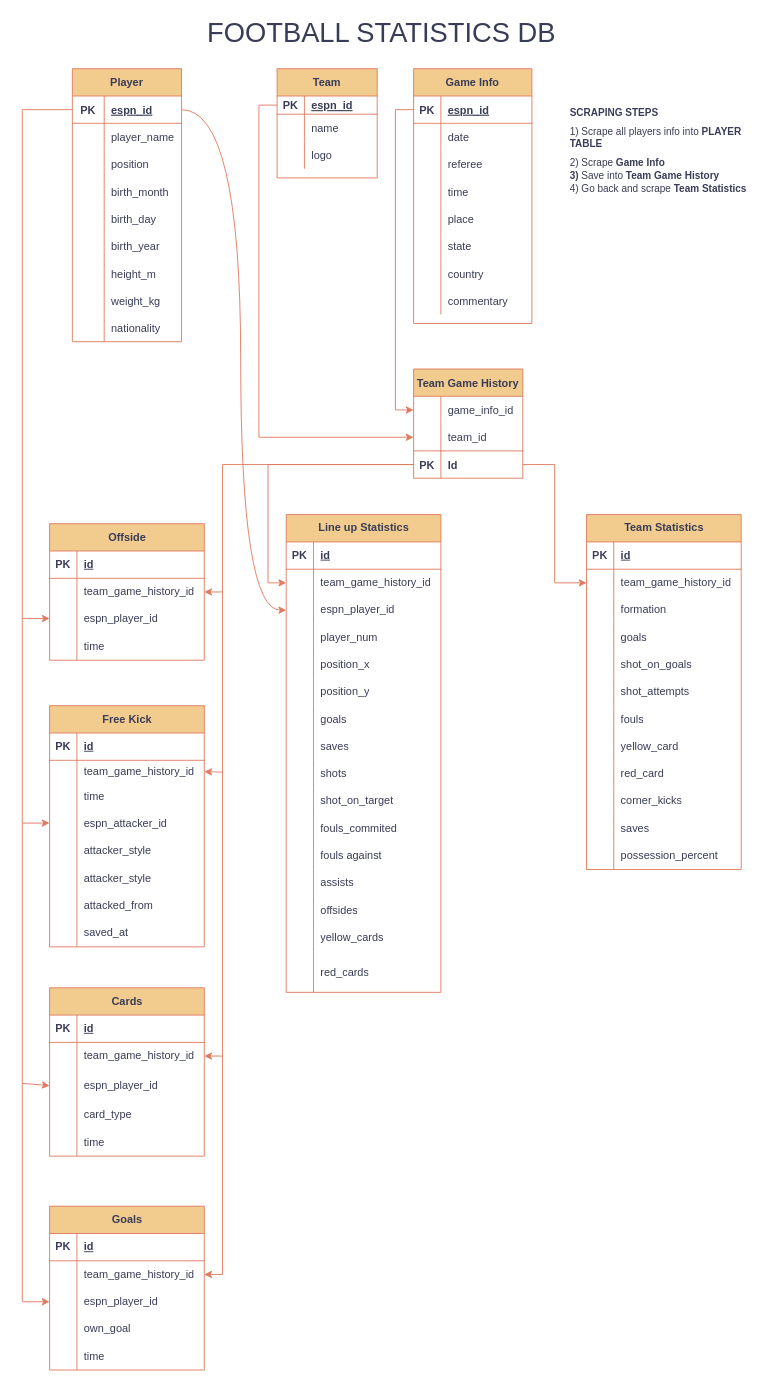
Earlier version of the draw.io diagram db/drawio schema.drawio (DDstar1/espn). Source tidied: cells renumbered, new cells numbered last; positions are measured from the earlier drawing's top-left corner, leaving out a move shared by most shapes. Both pictures are drawn from the tidied source at 91%, with x=0, y=0 at pixel (22, 18).
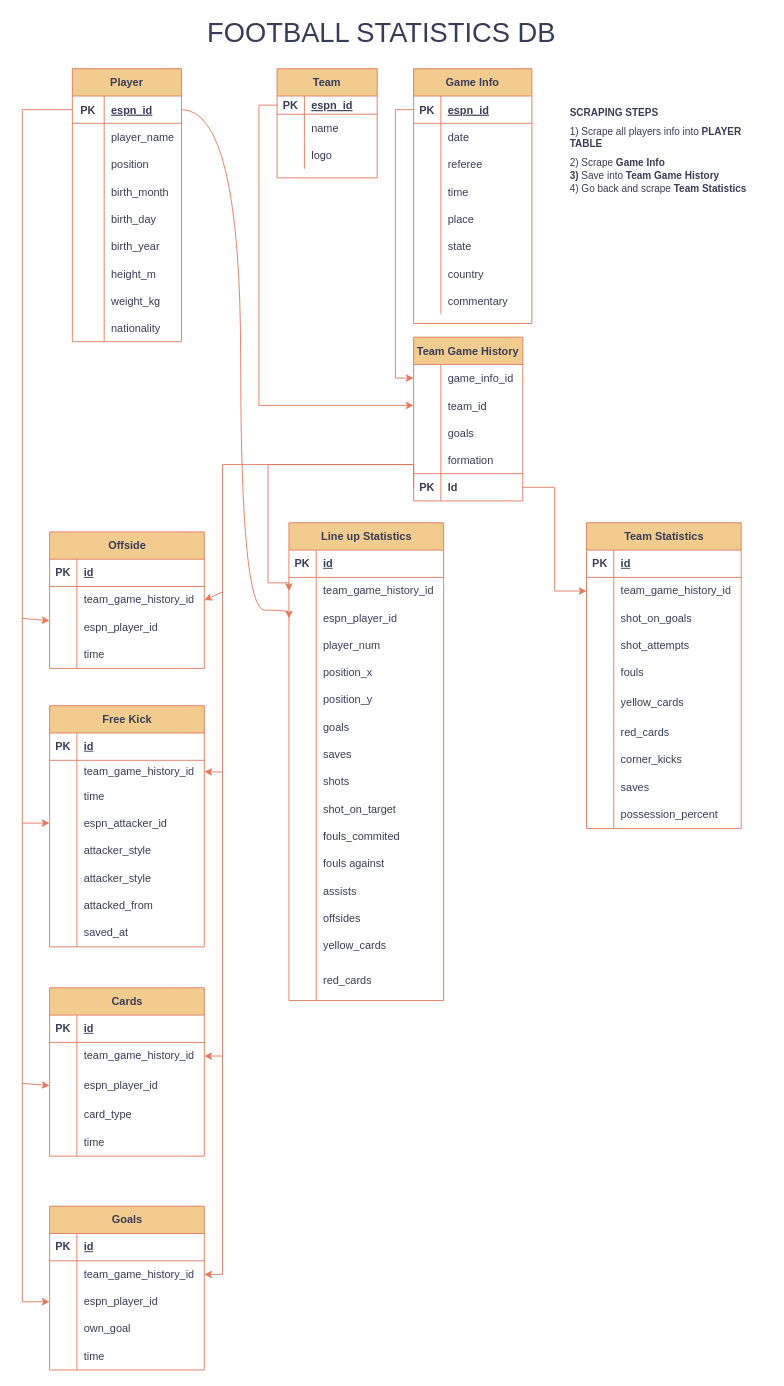
The same page after the edit.

What changed in the source:
```diff
@@
     <mxCell id="2" value="Team Game History" style="shape=table;startSize=30;childLayout=tableLayout;rowLines=0;fontStyle=1;align=center;labelBackgroundColor=none;fillColor=#F2CC8F;strokeColor=#E07A5F;fontColor=#393C56;" parent="1" vertex="1">
-      <mxGeometry x="430" y="385" width="120" height="120" as="geometry" />
+      <mxGeometry x="430" y="350" width="120" height="180" as="geometry" />
     </mxCell>
@@
+    <mxCell id="247" style="shape=partialRectangle;fillColor=none;top=0;left=0;right=0;bottom=0;labelBackgroundColor=none;strokeColor=#E07A5F;fontColor=#393C56;" parent="2" vertex="1">
+      <mxGeometry y="90" width="120" height="30" as="geometry" />
+    </mxCell>
+    <mxCell id="248" style="shape=partialRectangle;overflow=hidden;fillColor=none;top=0;left=0;bottom=0;right=0;labelBackgroundColor=none;strokeColor=#E07A5F;fontColor=#393C56;" parent="247" vertex="1">
+      <mxGeometry width="30" height="30" as="geometry" />
+    </mxCell>
+    <mxCell id="59" value="goals" style="shape=partialRectangle;overflow=hidden;fillColor=none;top=0;left=0;bottom=0;right=0;align=left;spacingLeft=6;labelBackgroundColor=none;strokeColor=#E07A5F;fontColor=#393C56;" parent="247" vertex="1">
+      <mxGeometry x="30" width="90" height="30" as="geometry" />
+    </mxCell>
+    <mxCell id="249" style="shape=partialRectangle;fillColor=none;top=0;left=0;right=0;bottom=0;labelBackgroundColor=none;strokeColor=#E07A5F;fontColor=#393C56;" parent="2" vertex="1">
+      <mxGeometry y="120" width="120" height="30" as="geometry" />
+    </mxCell>
+    <mxCell id="250" style="shape=partialRectangle;overflow=hidden;fillColor=none;top=0;left=0;bottom=0;right=0;labelBackgroundColor=none;strokeColor=#E07A5F;fontColor=#393C56;" parent="249" vertex="1">
+      <mxGeometry width="30" height="30" as="geometry" />
+    </mxCell>
+    <mxCell id="56" value="formation" style="shape=partialRectangle;overflow=hidden;fillColor=none;top=0;left=0;bottom=0;right=0;align=left;spacingLeft=6;labelBackgroundColor=none;strokeColor=#E07A5F;fontColor=#393C56;" parent="249" vertex="1">
+      <mxGeometry x="30" width="90" height="30" as="geometry" />
+    </mxCell>
     <mxCell id="9" style="shape=partialRectangle;fillColor=none;points=[[0,0.5],[1,0.5]];portConstraint=eastwest;top=0;left=0;right=0;bottom=0;labelBackgroundColor=none;strokeColor=#E07A5F;fontColor=#393C56;" parent="2" vertex="1">
-      <mxGeometry y="90" width="120" height="30" as="geometry" />
+      <mxGeometry y="150" width="120" height="30" as="geometry" />
     </mxCell>
@@
     <mxCell id="47" value="Team Statistics" style="shape=table;startSize=30;childLayout=tableLayout;rowLines=0;fontStyle=1;align=center;html=1;labelBackgroundColor=none;fillColor=#F2CC8F;strokeColor=#E07A5F;fontColor=#393C56;" parent="1" vertex="1">
-      <mxGeometry x="620" y="545" width="170" height="390" as="geometry" />
+      <mxGeometry x="620" y="554" width="170" height="336" as="geometry" />
     </mxCell>
@@
-    <mxCell id="54" style="shape=tableRow;horizontal=0;startSize=0;swimlaneHead=0;swimlaneBody=0;fillColor=none;top=0;left=0;right=0;bottom=0;labelBackgroundColor=none;strokeColor=#E07A5F;fontColor=#393C56;" parent="47" vertex="1">
-      <mxGeometry y="90" width="170" height="30" as="geometry" />
-    </mxCell>
-    <mxCell id="55" style="shape=partialRectangle;fillColor=none;top=0;left=0;bottom=0;right=0;overflow=hidden;whiteSpace=wrap;html=1;labelBackgroundColor=none;strokeColor=#E07A5F;fontColor=#393C56;" parent="54" vertex="1">
-      <mxGeometry width="30" height="30" as="geometry" />
-    </mxCell>
-    <mxCell id="56" value="formation" style="shape=partialRectangle;fillColor=none;top=0;left=0;bottom=0;right=0;align=left;spacingLeft=6;overflow=hidden;whiteSpace=wrap;html=1;labelBackgroundColor=none;strokeColor=#E07A5F;fontColor=#393C56;" parent="54" vertex="1">
-      <mxGeometry x="30" width="140" height="30" as="geometry" />
-    </mxCell>
-    <mxCell id="57" style="shape=tableRow;horizontal=0;startSize=0;swimlaneHead=0;swimlaneBody=0;fillColor=none;top=0;left=0;right=0;bottom=0;labelBackgroundColor=none;strokeColor=#E07A5F;fontColor=#393C56;" parent="47" vertex="1">
-      <mxGeometry y="120" width="170" height="30" as="geometry" />
-    </mxCell>
-    <mxCell id="58" style="shape=partialRectangle;fillColor=none;top=0;left=0;bottom=0;right=0;overflow=hidden;whiteSpace=wrap;html=1;labelBackgroundColor=none;strokeColor=#E07A5F;fontColor=#393C56;" parent="57" vertex="1">
-      <mxGeometry width="30" height="30" as="geometry" />
-    </mxCell>
-    <mxCell id="59" value="goals" style="shape=partialRectangle;fillColor=none;top=0;left=0;bottom=0;right=0;align=left;spacingLeft=6;overflow=hidden;whiteSpace=wrap;html=1;labelBackgroundColor=none;strokeColor=#E07A5F;fontColor=#393C56;" parent="57" vertex="1">
-      <mxGeometry x="30" width="140" height="30" as="geometry" />
-    </mxCell>
     <mxCell id="60" style="shape=tableRow;horizontal=0;startSize=0;swimlaneHead=0;swimlaneBody=0;fillColor=none;top=0;left=0;right=0;bottom=0;labelBackgroundColor=none;strokeColor=#E07A5F;fontColor=#393C56;" parent="47" vertex="1">
-      <mxGeometry y="150" width="170" height="30" as="geometry" />
+      <mxGeometry y="90" width="170" height="30" as="geometry" />
     </mxCell>
@@
     <mxCell id="63" style="shape=tableRow;horizontal=0;startSize=0;swimlaneHead=0;swimlaneBody=0;fillColor=none;top=0;left=0;right=0;bottom=0;labelBackgroundColor=none;strokeColor=#E07A5F;fontColor=#393C56;" parent="47" vertex="1">
-      <mxGeometry y="180" width="170" height="30" as="geometry" />
+      <mxGeometry y="120" width="170" height="30" as="geometry" />
     </mxCell>
@@
     <mxCell id="66" style="shape=tableRow;horizontal=0;startSize=0;swimlaneHead=0;swimlaneBody=0;fillColor=none;top=0;left=0;right=0;bottom=0;labelBackgroundColor=none;strokeColor=#E07A5F;fontColor=#393C56;" parent="47" vertex="1">
-      <mxGeometry y="210" width="170" height="30" as="geometry" />
+      <mxGeometry y="150" width="170" height="30" as="geometry" />
     </mxCell>
@@
     <mxCell id="69" style="shape=tableRow;horizontal=0;startSize=0;swimlaneHead=0;swimlaneBody=0;fillColor=none;top=0;left=0;right=0;bottom=0;labelBackgroundColor=none;strokeColor=#E07A5F;fontColor=#393C56;" parent="47" vertex="1">
-      <mxGeometry y="240" width="170" height="30" as="geometry" />
+      <mxGeometry y="180" width="170" height="36" as="geometry" />
     </mxCell>
     <mxCell id="70" style="shape=partialRectangle;fillColor=none;top=0;left=0;bottom=0;right=0;overflow=hidden;whiteSpace=wrap;html=1;labelBackgroundColor=none;strokeColor=#E07A5F;fontColor=#393C56;" parent="69" vertex="1">
-      <mxGeometry width="30" height="30" as="geometry" />
+      <mxGeometry width="30" height="36" as="geometry" />
     </mxCell>
-    <mxCell id="71" value="yellow_card" style="shape=partialRectangle;fillColor=none;top=0;left=0;bottom=0;right=0;align=left;spacingLeft=6;overflow=hidden;whiteSpace=wrap;html=1;labelBackgroundColor=none;strokeColor=#E07A5F;fontColor=#393C56;" parent="69" vertex="1">
-      <mxGeometry x="30" width="140" height="30" as="geometry" />
+    <mxCell id="71" value="yellow_cards" style="shape=partialRectangle;fillColor=none;top=0;left=0;bottom=0;right=0;align=left;spacingLeft=6;overflow=hidden;whiteSpace=wrap;html=1;labelBackgroundColor=none;strokeColor=#E07A5F;fontColor=#393C56;" parent="69" vertex="1">
+      <mxGeometry x="30" width="140" height="36" as="geometry" />
     </mxCell>
     <mxCell id="72" style="shape=tableRow;horizontal=0;startSize=0;swimlaneHead=0;swimlaneBody=0;fillColor=none;top=0;left=0;right=0;bottom=0;labelBackgroundColor=none;strokeColor=#E07A5F;fontColor=#393C56;" parent="47" vertex="1">
-      <mxGeometry y="270" width="170" height="30" as="geometry" />
+      <mxGeometry y="216" width="170" height="30" as="geometry" />
     </mxCell>
@@
-    <mxCell id="74" value="red_card" style="shape=partialRectangle;fillColor=none;top=0;left=0;bottom=0;right=0;align=left;spacingLeft=6;overflow=hidden;whiteSpace=wrap;html=1;labelBackgroundColor=none;strokeColor=#E07A5F;fontColor=#393C56;" parent="72" vertex="1">
+    <mxCell id="74" value="red_cards" style="shape=partialRectangle;fillColor=none;top=0;left=0;bottom=0;right=0;align=left;spacingLeft=6;overflow=hidden;whiteSpace=wrap;html=1;labelBackgroundColor=none;strokeColor=#E07A5F;fontColor=#393C56;" parent="72" vertex="1">
       <mxGeometry x="30" width="140" height="30" as="geometry" />
     </mxCell>
     <mxCell id="75" style="shape=tableRow;horizontal=0;startSize=0;swimlaneHead=0;swimlaneBody=0;fillColor=none;top=0;left=0;right=0;bottom=0;labelBackgroundColor=none;strokeColor=#E07A5F;fontColor=#393C56;" parent="47" vertex="1">
-      <mxGeometry y="300" width="170" height="30" as="geometry" />
+      <mxGeometry y="246" width="170" height="30" as="geometry" />
     </mxCell>
@@
     <mxCell id="78" style="shape=tableRow;horizontal=0;startSize=0;swimlaneHead=0;swimlaneBody=0;fillColor=none;top=0;left=0;right=0;bottom=0;labelBackgroundColor=none;strokeColor=#E07A5F;fontColor=#393C56;" parent="47" vertex="1">
-      <mxGeometry y="330" width="170" height="30" as="geometry" />
+      <mxGeometry y="276" width="170" height="30" as="geometry" />
     </mxCell>
@@
     <mxCell id="81" style="shape=tableRow;horizontal=0;startSize=0;swimlaneHead=0;swimlaneBody=0;fillColor=none;top=0;left=0;right=0;bottom=0;labelBackgroundColor=none;strokeColor=#E07A5F;fontColor=#393C56;" parent="47" vertex="1">
-      <mxGeometry y="360" width="170" height="30" as="geometry" />
+      <mxGeometry y="306" width="170" height="30" as="geometry" />
     </mxCell>
@@
     <mxCell id="141" value="Offside" style="shape=table;startSize=30;childLayout=tableLayout;rowLines=0;fontStyle=1;align=center;html=1;labelBackgroundColor=none;fillColor=#F2CC8F;strokeColor=#E07A5F;fontColor=#393C56;" parent="1" vertex="1">
-      <mxGeometry x="30" y="555" width="170" height="150" as="geometry" />
+      <mxGeometry x="30" y="564" width="170" height="150" as="geometry" />
     </mxCell>
@@
     <mxCell id="185" value="Line up Statistics" style="shape=table;startSize=30;childLayout=tableLayout;rowLines=0;fontStyle=1;align=center;html=1;labelBackgroundColor=none;fillColor=#F2CC8F;strokeColor=#E07A5F;fontColor=#393C56;" parent="1" vertex="1">
-      <mxGeometry x="290" y="545" width="170" height="525" as="geometry" />
+      <mxGeometry x="293" y="554" width="170" height="525" as="geometry" />
     </mxCell>
```
